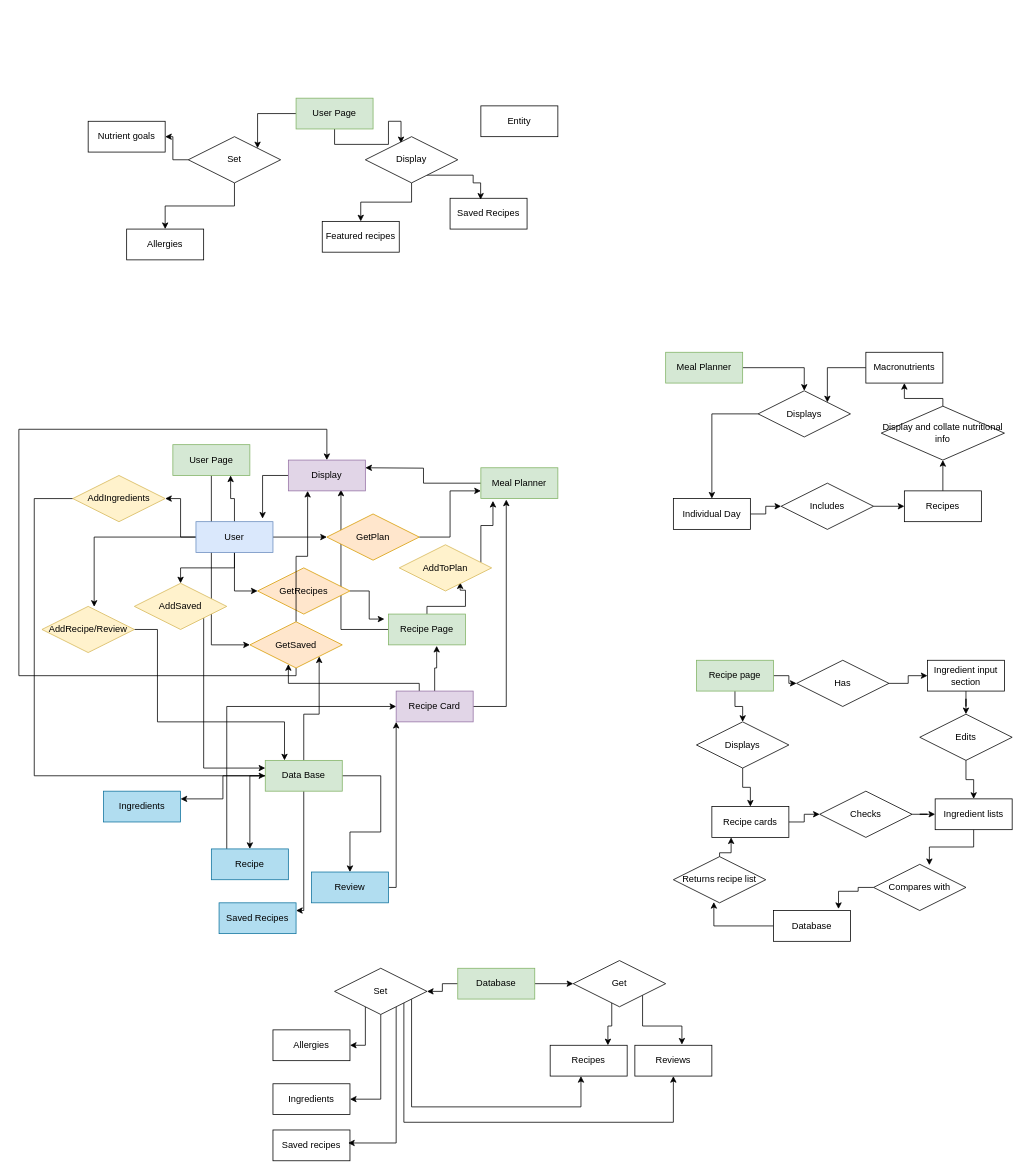
Earlier version of the draw.io diagram docs/ER.drawio (DigitalDiners/PantryPro). Source tidied: cells renumbered, new cells numbered last; positions are measured from the earlier drawing's top-left corner, leaving out a move shared by most shapes. Both pictures are drawn from the tidied source at 77%, with x=0, y=0 at pixel (18, 98).
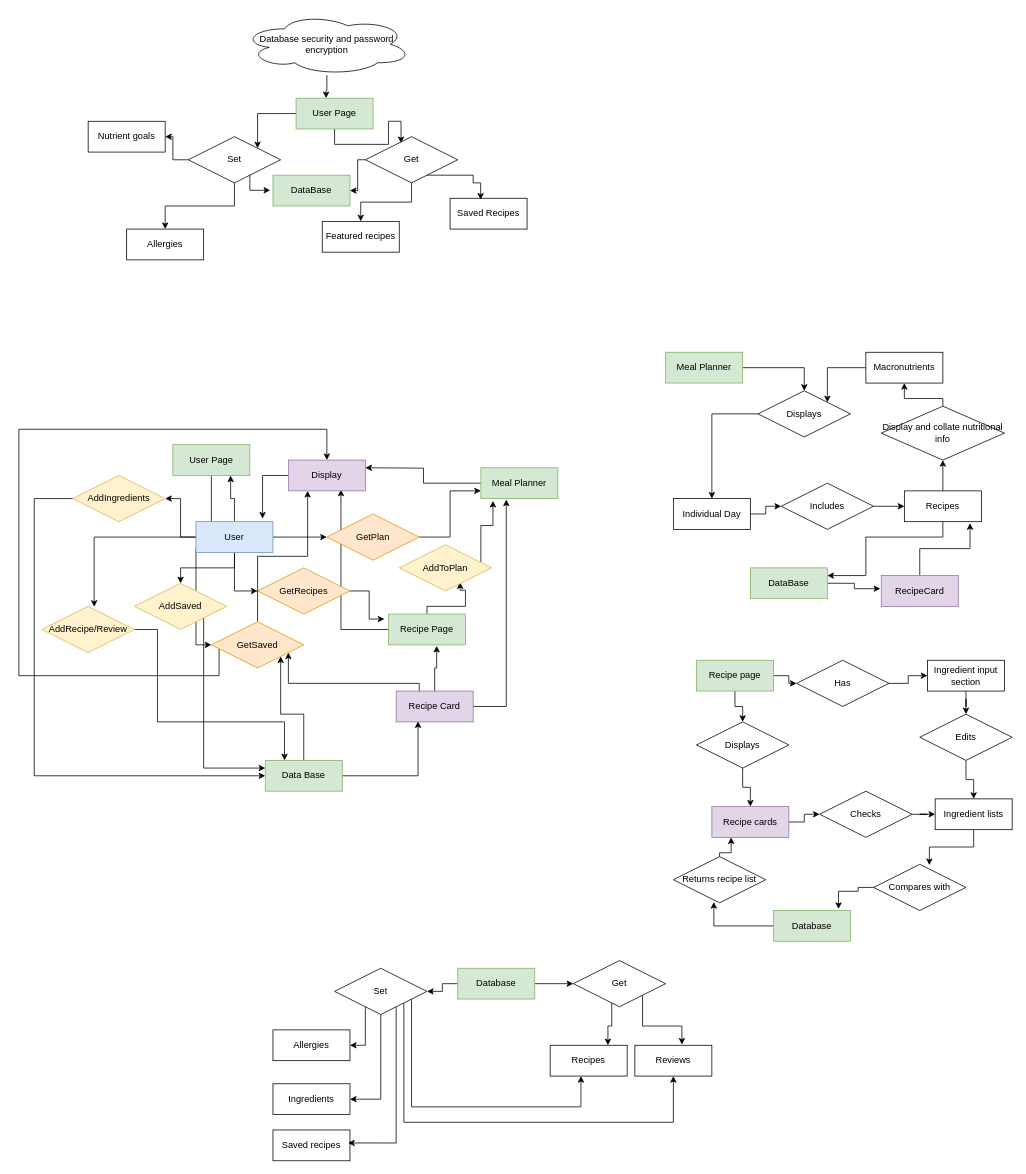
The same page after the edit.

Unchanged cells that the change refers to:
```xml
<mxCell id="18" value="Recipe Card" style="whiteSpace=wrap;html=1;align=center;fillColor=#e1d5e7;strokeColor=#9673a6;" parent="1" vertex="1">
  <mxGeometry x="490" y="770" width="100" height="40" as="geometry" />
</mxCell>
<mxCell id="24" value="Data Base" style="whiteSpace=wrap;html=1;align=center;fillColor=#d5e8d4;strokeColor=#82b366;" parent="1" vertex="1">
  <mxGeometry x="320" y="860" width="100" height="40" as="geometry" />
</mxCell>
<mxCell id="39" value="Display" style="whiteSpace=wrap;html=1;align=center;fillColor=#e1d5e7;strokeColor=#9673a6;" parent="1" vertex="1">
  <mxGeometry x="350" y="470" width="100" height="40" as="geometry" />
</mxCell>
<mxCell id="53" value="Recipes" style="whiteSpace=wrap;html=1;align=center;" parent="1" vertex="1">
  <mxGeometry x="1150" y="510" width="100" height="40" as="geometry" />
</mxCell>
<mxCell id="105" value="User Page" style="whiteSpace=wrap;html=1;align=center;fillColor=#d5e8d4;strokeColor=#82b366;" parent="1" vertex="1">
  <mxGeometry x="360" width="100" height="40" as="geometry" />
</mxCell>
<mxCell id="113" value="Set" style="shape=rhombus;perimeter=rhombusPerimeter;whiteSpace=wrap;html=1;align=center;" parent="1" vertex="1">
  <mxGeometry x="220" y="50" width="120" height="60" as="geometry" />
</mxCell>
```

Change to the diagram source:
```diff
@@
-    <mxCell id="19" style="edgeStyle=orthogonalEdgeStyle;rounded=0;jettySize=auto;html=1;" parent="1" edge="1" source="24" target="26">
-      <mxGeometry relative="1" as="geometry">
-        <Array as="points">
-          <mxPoint x="300" y="880" />
-        </Array>
-      </mxGeometry>
-    </mxCell>
-    <mxCell id="20" style="edgeStyle=orthogonalEdgeStyle;rounded=0;jettySize=auto;html=1;" parent="1" edge="1" source="24" target="28">
-      <mxGeometry relative="1" as="geometry">
-        <Array as="points">
-          <mxPoint x="470" y="880" />
-          <mxPoint x="470" y="953" />
-          <mxPoint x="430" y="953" />
-        </Array>
-      </mxGeometry>
-    </mxCell>
@@
-    <mxCell id="22" style="edgeStyle=orthogonalEdgeStyle;rounded=0;jettySize=auto;html=1;entryX=1;entryY=0.25;entryDx=0;entryDy=0;" parent="1" edge="1" source="24" target="44">
-      <mxGeometry relative="1" as="geometry">
-        <Array as="points">
-          <mxPoint x="370" y="1055" />
-        </Array>
-      </mxGeometry>
-    </mxCell>
-    <mxCell id="23" style="edgeStyle=orthogonalEdgeStyle;rounded=0;jettySize=auto;html=1;entryX=1;entryY=0.25;entryDx=0;entryDy=0;" parent="1" edge="1" source="24" target="45">
-      <mxGeometry relative="1" as="geometry" />
-    </mxCell>
+    <mxCell id="117" style="edgeStyle=orthogonalEdgeStyle;rounded=0;jettySize=auto;html=1;entryX=0.284;entryY=0.983;entryDx=0;entryDy=0;entryPerimeter=0;" parent="1" edge="1" source="24" target="18">
+      <mxGeometry relative="1" as="geometry" />
+    </mxCell>
@@
-    <mxCell id="25" style="edgeStyle=orthogonalEdgeStyle;rounded=0;jettySize=auto;html=1;entryX=0;entryY=0.5;entryDx=0;entryDy=0;" parent="1" edge="1" source="26" target="18">
-      <mxGeometry relative="1" as="geometry">
-        <Array as="points">
-          <mxPoint x="270" y="790" />
-        </Array>
-      </mxGeometry>
-    </mxCell>
-    <mxCell id="26" value="Recipe" style="whiteSpace=wrap;html=1;align=center;fillColor=#b1ddf0;strokeColor=#10739e;" parent="1" vertex="1">
-      <mxGeometry x="250" y="975" width="100" height="40" as="geometry" />
-    </mxCell>
-    <mxCell id="27" style="edgeStyle=orthogonalEdgeStyle;rounded=0;jettySize=auto;html=1;entryX=0;entryY=1;entryDx=0;entryDy=0;" parent="1" edge="1" source="28" target="18">
-      <mxGeometry relative="1" as="geometry">
-        <Array as="points">
-          <mxPoint x="490" y="1025" />
-        </Array>
-      </mxGeometry>
-    </mxCell>
-    <mxCell id="28" value="Review" style="whiteSpace=wrap;html=1;align=center;fillColor=#b1ddf0;strokeColor=#10739e;" parent="1" vertex="1">
-      <mxGeometry x="380" y="1005" width="100" height="40" as="geometry" />
-    </mxCell>
@@
     <mxCell id="33" style="edgeStyle=orthogonalEdgeStyle;rounded=0;jettySize=auto;html=1;entryX=0.5;entryY=0;entryDx=0;entryDy=0;" parent="1" edge="1" source="35" target="39">
       <mxGeometry relative="1" as="geometry">
         <Array as="points">
-          <mxPoint x="360" y="750" />
+          <mxPoint x="260" y="750" />
           <mxPoint y="750" />
           <mxPoint y="430" />
           <mxPoint x="400" y="430" />
         </Array>
       </mxGeometry>
     </mxCell>
@@
     <mxCell id="35" value="GetSaved" style="shape=rhombus;perimeter=rhombusPerimeter;whiteSpace=wrap;html=1;align=center;fillColor=#ffe6cc;strokeColor=#d79b00;" parent="1" vertex="1">
-      <mxGeometry x="300" y="680" width="120" height="60" as="geometry" />
+      <mxGeometry x="250" y="680" width="120" height="60" as="geometry" />
     </mxCell>
@@
-    <mxCell id="44" value="Saved Recipes" style="whiteSpace=wrap;html=1;align=center;fillColor=#b1ddf0;strokeColor=#10739e;" parent="1" vertex="1">
-      <mxGeometry x="260" y="1045" width="100" height="40" as="geometry" />
-    </mxCell>
-    <mxCell id="45" value="Ingredients" style="whiteSpace=wrap;html=1;align=center;fillColor=#b1ddf0;strokeColor=#10739e;" parent="1" vertex="1">
-      <mxGeometry x="110" y="900" width="100" height="40" as="geometry" />
-    </mxCell>
@@
+    <mxCell id="118" style="edgeStyle=orthogonalEdgeStyle;rounded=0;jettySize=auto;html=1;entryX=1;entryY=0.25;entryDx=0;entryDy=0;" parent="1" edge="1" source="53" target="124">
+      <mxGeometry relative="1" as="geometry">
+        <Array as="points">
+          <mxPoint x="1200" y="570" />
+          <mxPoint x="1100" y="570" />
+          <mxPoint x="1100" y="620" />
+        </Array>
+      </mxGeometry>
+    </mxCell>
@@
-    <mxCell id="68" value="Recipe cards" style="whiteSpace=wrap;html=1;align=center;" parent="1" vertex="1">
+    <mxCell id="68" value="Recipe cards" style="whiteSpace=wrap;html=1;align=center;fillColor=#e1d5e7;strokeColor=#9673a6;" parent="1" vertex="1">
       <mxGeometry x="900" y="920" width="100" height="40" as="geometry" />
     </mxCell>
@@
-    <mxCell id="80" value="Database" style="whiteSpace=wrap;html=1;align=center;" parent="1" vertex="1">
+    <mxCell id="80" value="Database" style="whiteSpace=wrap;html=1;align=center;fillColor=#d5e8d4;strokeColor=#82b366;" parent="1" vertex="1">
       <mxGeometry x="980" y="1055" width="100" height="40" as="geometry" />
     </mxCell>
@@
-    <mxCell id="110" value="Entity" style="whiteSpace=wrap;html=1;align=center;" parent="1" vertex="1">
-      <mxGeometry x="600" y="10" width="100" height="40" as="geometry" />
+    <mxCell id="110" value="DataBase" style="whiteSpace=wrap;html=1;align=center;fillColor=#d5e8d4;strokeColor=#82b366;" parent="1" vertex="1">
+      <mxGeometry x="330" y="100" width="100" height="40" as="geometry" />
     </mxCell>
@@
+    <mxCell id="119" style="edgeStyle=orthogonalEdgeStyle;rounded=0;jettySize=auto;html=1;entryX=-0.036;entryY=0.49;entryDx=0;entryDy=0;entryPerimeter=0;" parent="1" edge="1" source="113" target="110">
+      <mxGeometry relative="1" as="geometry">
+        <Array as="points">
+          <mxPoint x="300" y="120" />
+          <mxPoint x="326" y="120" />
+        </Array>
+      </mxGeometry>
+    </mxCell>
@@
+    <mxCell id="120" style="edgeStyle=orthogonalEdgeStyle;rounded=0;jettySize=auto;html=1;entryX=1;entryY=0.5;entryDx=0;entryDy=0;" parent="1" edge="1" source="116" target="110">
+      <mxGeometry relative="1" as="geometry">
+        <Array as="points">
+          <mxPoint x="440" y="80" />
+          <mxPoint x="440" y="120" />
+        </Array>
+      </mxGeometry>
+    </mxCell>
-    <mxCell id="116" value="Display" style="shape=rhombus;perimeter=rhombusPerimeter;whiteSpace=wrap;html=1;align=center;" parent="1" vertex="1">
+    <mxCell id="116" value="Get" style="shape=rhombus;perimeter=rhombusPerimeter;whiteSpace=wrap;html=1;align=center;" parent="1" vertex="1">
       <mxGeometry x="450" y="50" width="120" height="60" as="geometry" />
     </mxCell>
+    <mxCell id="121" style="edgeStyle=orthogonalEdgeStyle;rounded=0;jettySize=auto;html=1;entryX=0.853;entryY=1.05;entryDx=0;entryDy=0;entryPerimeter=0;" parent="1" edge="1" source="122" target="53">
+      <mxGeometry relative="1" as="geometry" />
+    </mxCell>
+    <mxCell id="122" value="RecipeCard" style="whiteSpace=wrap;html=1;align=center;fillColor=#e1d5e7;strokeColor=#9673a6;" parent="1" vertex="1">
+      <mxGeometry x="1120" y="620" width="100" height="40" as="geometry" />
+    </mxCell>
+    <mxCell id="123" style="edgeStyle=orthogonalEdgeStyle;rounded=0;jettySize=auto;html=1;entryX=-0.012;entryY=0.425;entryDx=0;entryDy=0;entryPerimeter=0;" parent="1" edge="1" source="124" target="122">
+      <mxGeometry relative="1" as="geometry" />
+    </mxCell>
+    <mxCell id="124" value="DataBase" style="whiteSpace=wrap;html=1;align=center;fillColor=#d5e8d4;strokeColor=#82b366;" parent="1" vertex="1">
+      <mxGeometry x="950" y="610" width="100" height="40" as="geometry" />
+    </mxCell>
+    <mxCell id="125" style="edgeStyle=orthogonalEdgeStyle;rounded=0;jettySize=auto;html=1;entryX=0.39;entryY=0;entryDx=0;entryDy=0;entryPerimeter=0;" parent="1" edge="1" source="126" target="105">
+      <mxGeometry relative="1" as="geometry" />
+    </mxCell>
+    <mxCell id="126" value="Database security and password encryption" style="ellipse;shape=cloud;whiteSpace=wrap;html=1;align=center;" parent="1" vertex="1">
+      <mxGeometry x="290" y="-110" width="220" height="80" as="geometry" />
+    </mxCell>
```
